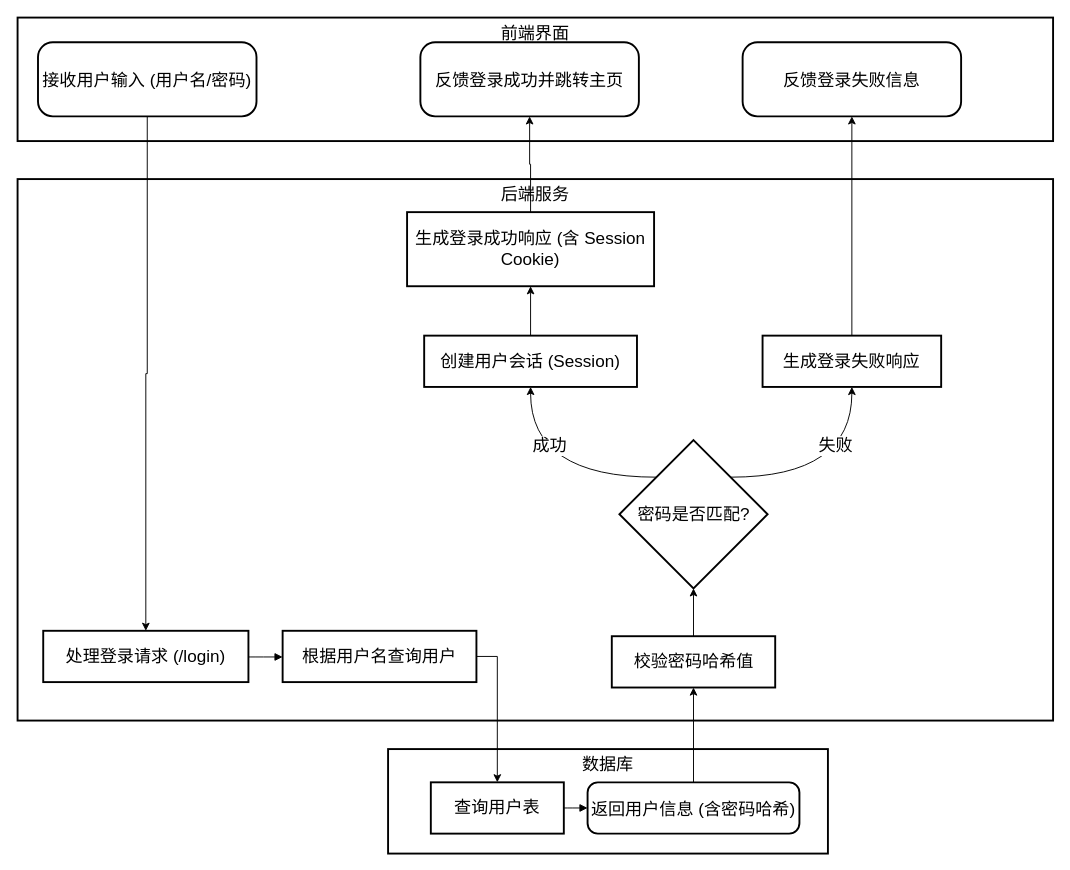
This is 3.4.1登录.drawio from lyz1923/ChatGPT-Next-Web, a draw.io file, before an edit. Source tidied: cells renumbered, new cells numbered last; positions are measured from the earlier drawing's top-left corner, leaving out a move shared by most shapes. Both pictures are drawn from the tidied source at 95%, with x=0, y=0 at pixel (17, 17).
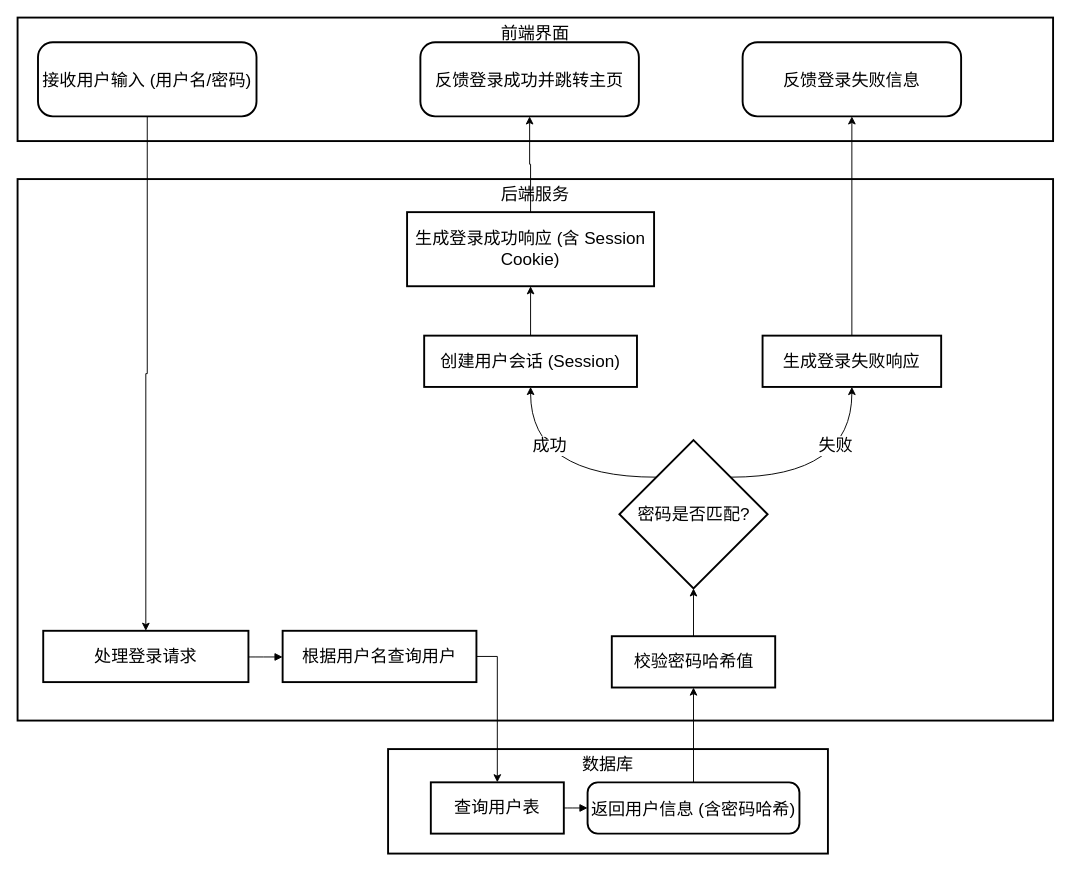
The same diagram, later.

Change to the diagram source:
```diff
@@
-    <mxCell id="9" value="处理登录请求 (/login)" style="whiteSpace=wrap;strokeWidth=2;fontSize=18;" parent="1" vertex="1">
+    <mxCell id="9" value="处理登录请求" style="whiteSpace=wrap;strokeWidth=2;fontSize=18;" parent="1" vertex="1">
       <mxGeometry x="27" y="645.5" width="216" height="54" as="geometry" />
     </mxCell>
```
